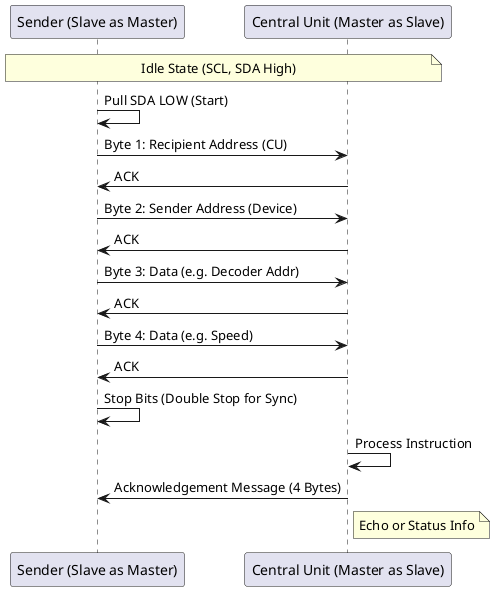
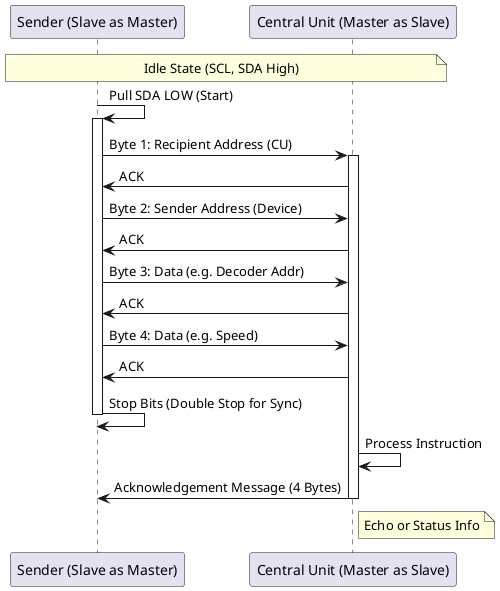
@startuml
participant "Sender (Slave as Master)" as S
participant "Central Unit (Master as Slave)" as CU

note over S, CU: Idle State (SCL, SDA High)
S -> S: Pull SDA LOW (Start)
+ activate S
S -> CU: Byte 1: Recipient Address (CU)
+ activate CU
CU -> S: ACK
S -> CU: Byte 2: Sender Address (Device)
CU -> S: ACK
S -> CU: Byte 3: Data (e.g. Decoder Addr)
CU -> S: ACK
S -> CU: Byte 4: Data (e.g. Speed)
CU -> S: ACK
S -> S: Stop Bits (Double Stop for Sync)
+ deactivate S

CU -> CU: Process Instruction
CU -> S: Acknowledgement Message (4 Bytes)
+ deactivate CU
note right of CU: Echo or Status Info
@enduml
